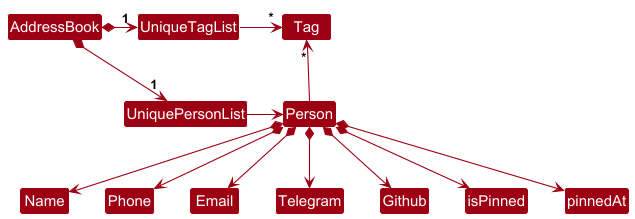
Before: docs/images/BetterModelClassDiagram.png, a diagram exported from PlantUML (Itsdaodao/tp). Its diagram source:
```plantuml
@startuml
!include style.puml
skinparam arrowThickness 1.1
skinparam arrowColor MODEL_COLOR
skinparam classBackgroundColor MODEL_COLOR

AddressBook *-right-> "1" UniquePersonList
AddressBook *-right-> "1" UniqueTagList
UniqueTagList -[hidden]down- UniquePersonList
UniqueTagList -[hidden]down- UniquePersonList

UniqueTagList -right-> "*" Tag
UniquePersonList -right-> Person

Person -up-> "*" Tag

Person *--> Name
Person *--> Phone
Person *--> Email
Person *--> Telegram
Person *-> Github
Person *--> isPinned
Person *--> pinnedAt

Name -[hidden]right-> Phone
Phone -[hidden]right-> Email
Email -[hidden]right-> Telegram
Telegram -[hidden]right-> Github

@enduml
```
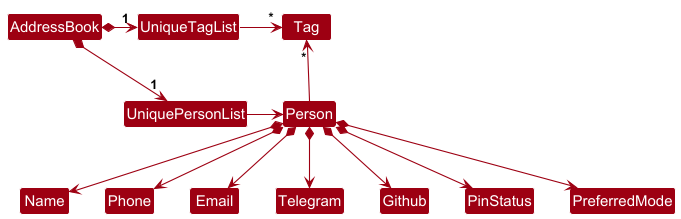
The same file after the commit.

Commit message:
Update model class diagram image

What changed in the source:
```diff
@@ -19,8 +19,8 @@
 Person *--> Email
 Person *--> Telegram
 Person *-> Github
-Person *--> isPinned
-Person *--> pinnedAt
+Person *--> PinStatus
+Person *--> PreferredMode
 
 Name -[hidden]right-> Phone
 Phone -[hidden]right-> Email
```
